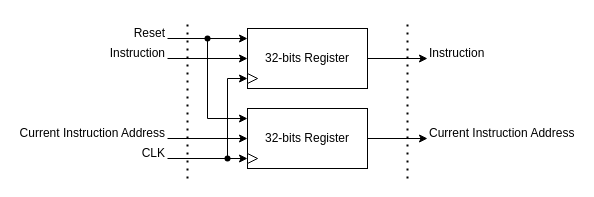
This is page "IF/ID Interstage Registers" (4 of 11) of docs/imgs/hardware_design/Component.drawio from WachirawichN/C0-CPU, a draw.io file, before an edit. Source tidied: cells renumbered, new cells numbered last; positions are measured from the earlier drawing's top-left corner, leaving out a move shared by most shapes. Both pictures are drawn from the tidied source at 100%, with x=0, y=0 at pixel (17, 18).
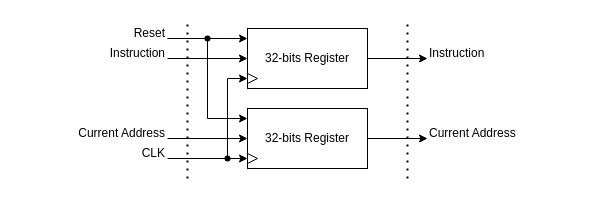
The same diagram, later.

The edit, as a diff of the source:
```diff
@@
-    <mxCell id="20" value="Current Instruction Address" style="text;html=1;whiteSpace=wrap;strokeColor=none;fillColor=none;align=left;verticalAlign=middle;rounded=0;" parent="1" vertex="1">
+    <mxCell id="20" value="Current Address" style="text;html=1;whiteSpace=wrap;strokeColor=none;fillColor=none;align=left;verticalAlign=middle;rounded=0;" parent="1" vertex="1">
       <mxGeometry x="410" y="110" width="150" height="10" as="geometry" />
     </mxCell>
@@
-    <mxCell id="22" value="Current Instruction Address" style="text;html=1;whiteSpace=wrap;strokeColor=none;fillColor=none;align=right;verticalAlign=middle;rounded=0;" parent="1" vertex="1">
+    <mxCell id="22" value="Current Address" style="text;html=1;whiteSpace=wrap;strokeColor=none;fillColor=none;align=right;verticalAlign=middle;rounded=0;" parent="1" vertex="1">
       <mxGeometry y="110" width="150" height="10" as="geometry" />
     </mxCell>
```
